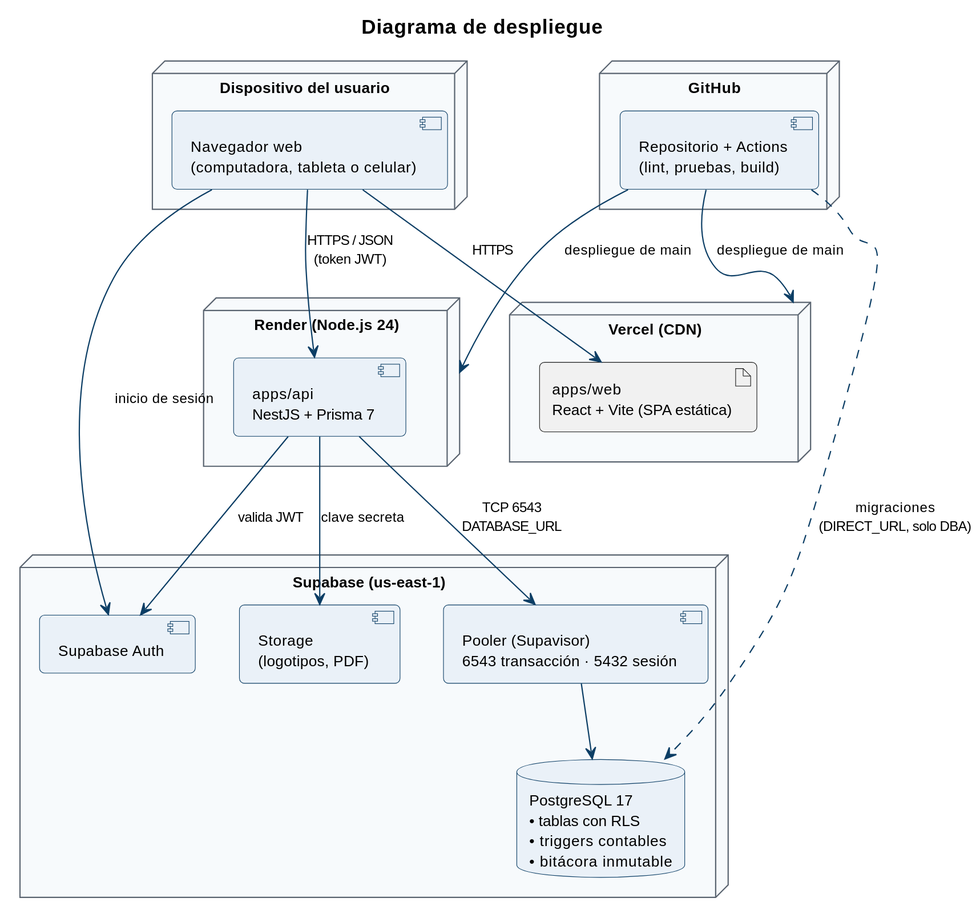
The PlantUML diagram docs/04-arquitectura/diagramas/arq-02-despliegue.svg in Carlos-Gnd/UNIVO-Sistema-Contable, before a commit. Its source is kept beside it as docs/04-arquitectura/diagramas/arq-02-despliegue.puml. The source it was exported from:
```plantuml
@startuml arq-02-despliegue
!include ../../estilo.iuml
title Diagrama de despliegue
node "Dispositivo del usuario" as DEV {
  component "Navegador web\n(computadora, tableta o celular)" as NAV
}
node "Vercel (CDN)" as VER {
  artifact "apps/web\nReact + Vite (SPA estática)" as WEB
}
node "Render (Node.js 24)" as REN {
  component "apps/api\nNestJS + Prisma 7" as API
}
node "Supabase (us-east-1)" as SUP {
  database "PostgreSQL 17\n• tablas con RLS\n• triggers contables\n• bitácora inmutable" as PG
  component "Supabase Auth" as AUTH
  component "Storage\n(logotipos, PDF)" as STO
  component "Pooler (Supavisor)\n6543 transacción · 5432 sesión" as POOL
}
node "GitHub" as GH {
  component "Repositorio + Actions\n(lint, pruebas, build)" as CI
}

NAV --> WEB : HTTPS
NAV --> API : HTTPS / JSON\n(token JWT)
NAV --> AUTH : inicio de sesión
API --> POOL : TCP 6543\nDATABASE_URL
POOL --> PG
API --> AUTH : valida JWT
API --> STO : clave secreta
CI --> VER : despliegue de main
CI --> REN : despliegue de main
CI ..> PG : migraciones\n(DIRECT_URL, solo DBA)
@enduml
```
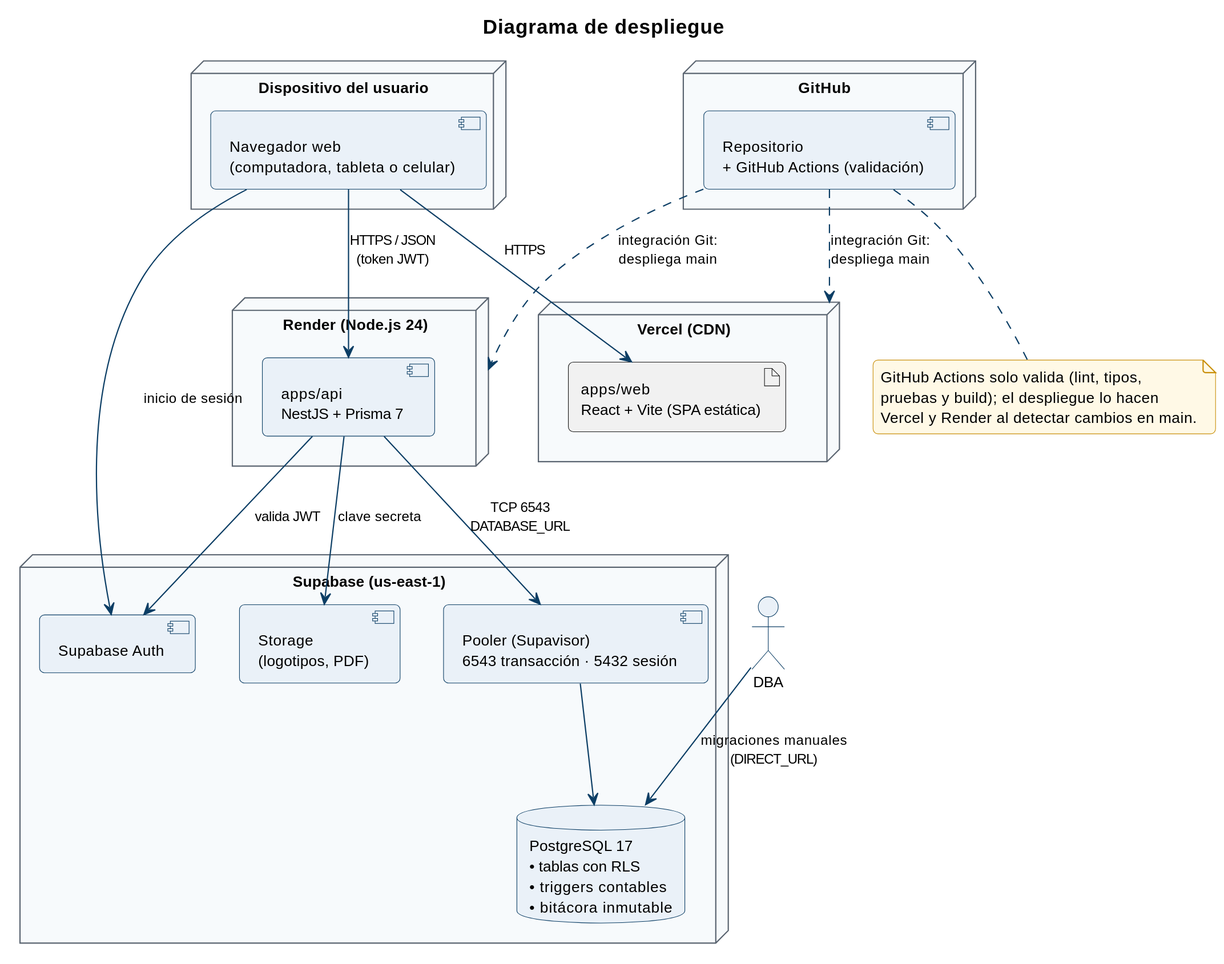
Above is the later version.

Commit message:
docs: despliegue por integración Git de Vercel y Render, migraciones manuales y motivo de reapertura (revisión del PR #182)

The edit, as a diff of the source:
```diff
@@ -1,6 +1,7 @@
 @startuml arq-02-despliegue
 !include ../../estilo.iuml
 title Diagrama de despliegue
+actor "DBA" as DBA
 node "Dispositivo del usuario" as DEV {
   component "Navegador web\n(computadora, tableta o celular)" as NAV
 }
@@ -17,7 +18,7 @@
   component "Pooler (Supavisor)\n6543 transacción · 5432 sesión" as POOL
 }
 node "GitHub" as GH {
-  component "Repositorio + Actions\n(lint, pruebas, build)" as CI
+  component "Repositorio\n+ GitHub Actions (validación)" as CI
 }
 
 NAV --> WEB : HTTPS
@@ -27,7 +28,12 @@
 POOL --> PG
 API --> AUTH : valida JWT
 API --> STO : clave secreta
-CI --> VER : despliegue de main
-CI --> REN : despliegue de main
-CI ..> PG : migraciones\n(DIRECT_URL, solo DBA)
+CI ..> VER : integración Git:\ndespliega main
+CI ..> REN : integración Git:\ndespliega main
+DBA --> PG : migraciones manuales\n(DIRECT_URL)
+note bottom of CI
+  GitHub Actions solo valida (lint, tipos,
+  pruebas y build); el despliegue lo hacen
+  Vercel y Render al detectar cambios en main.
+end note
 @enduml
```
